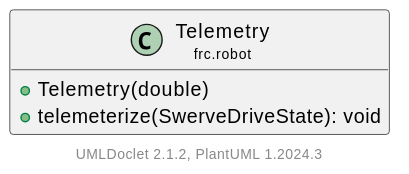
LakotaRobotics1038/2026RobotProject keeps this PlantUML diagram as docs/uml/frc/robot/Telemetry.svg. Above is the earlier version. Its diagram source:
```plantuml
@startuml
    set namespaceSeparator none
    hide empty fields
    hide empty methods

    class "<size:14>Telemetry\n<size:10>frc.robot" as frc.robot.Telemetry [[Telemetry.html]] {
        +Telemetry(double)
        +telemeterize(SwerveDriveState): void
    }
    center footer UMLDoclet 2.1.2, PlantUML %version()
@enduml
```
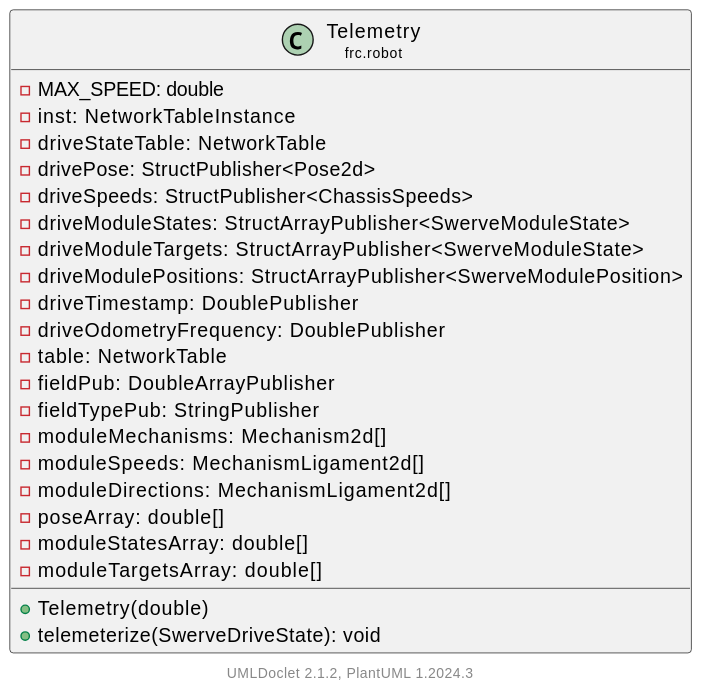
The same diagram one commit later.

Change to the diagram source:
```diff
@@ -4,6 +4,25 @@
     hide empty methods
 
     class "<size:14>Telemetry\n<size:10>frc.robot" as frc.robot.Telemetry [[Telemetry.html]] {
+        -MAX_SPEED: double
+        -inst: NetworkTableInstance
+        -driveStateTable: NetworkTable
+        -drivePose: StructPublisher<Pose2d>
+        -driveSpeeds: StructPublisher<ChassisSpeeds>
+        -driveModuleStates: StructArrayPublisher<SwerveModuleState>
+        -driveModuleTargets: StructArrayPublisher<SwerveModuleState>
+        -driveModulePositions: StructArrayPublisher<SwerveModulePosition>
+        -driveTimestamp: DoublePublisher
+        -driveOdometryFrequency: DoublePublisher
+        -table: NetworkTable
+        -fieldPub: DoubleArrayPublisher
+        -fieldTypePub: StringPublisher
+        -moduleMechanisms: Mechanism2d[]
+        -moduleSpeeds: MechanismLigament2d[]
+        -moduleDirections: MechanismLigament2d[]
+        -poseArray: double[]
+        -moduleStatesArray: double[]
+        -moduleTargetsArray: double[]
         +Telemetry(double)
         +telemeterize(SwerveDriveState): void
     }
```
